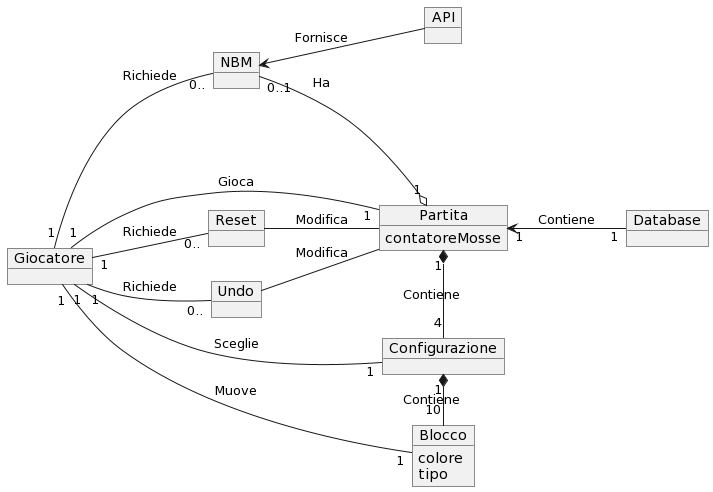
Above: resources/img/diagrams/DomainModel.png in bellins14/klotski_gruppo2 (PlantUML), before the change.
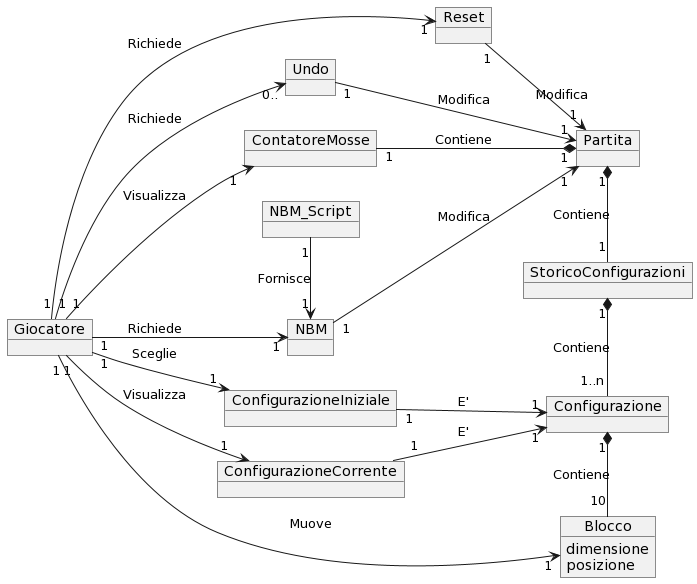
Later version of the same file.

What changed in the source:
```diff
@@ -2,30 +2,53 @@
 left to right direction
 object Giocatore
 object Configurazione
+
 object Blocco{
-  colore
-  tipo
+  dimensione
+  posizione
 }
-object Partita{
-  contatoreMosse
-}
-object Database
-object API
+
+object Partita
+object StoricoConfigurazioni
+object NBM_Script
 object NBM
 object Reset
 object Undo
+object ConfigurazioneIniziale
+object ConfigurazioneCorrente
+object ContatoreMosse
 
-Giocatore "1" -- "1"Partita : Gioca
-Giocatore "1" -- "1"Configurazione : Sceglie
-Giocatore "1" -- "1"Blocco : Muove
-Partita "1" *-down "4" Configurazione : Contiene
-Configurazione "1" *-down "10" Blocco : Contiene
-Database "1" -up-> "1" Partita : Contiene
-API -up-> NBM : Fornisce
-Partita "1" o-left "0..1" NBM : Ha
-Giocatore "1" -- "0.." Reset : Richiede
-Giocatore "1" -- "0.." Undo : Richiede
-Giocatore "1" -- "0.." NBM : Richiede
-Reset -- Partita : Modifica
-Undo -- Partita : Modifica
+Giocatore "1" --> "1" ConfigurazioneIniziale : Sceglie
+
+ConfigurazioneIniziale "1" --> "1" Configurazione : E'
+
+Giocatore "1" --> "1" ConfigurazioneCorrente : Visualizza
+
+ConfigurazioneCorrente "1" --> "1" Configurazione : E'
+
+Giocatore "1" --> "1" Blocco : Muove
+
+Configurazione "1" *-right- "10" Blocco : \nContiene\n
+
+StoricoConfigurazioni "1" *-right- "1..n" Configurazione : \nContiene\n
+
+StoricoConfigurazioni "1" -left-* "1" Partita : \nContiene\n
+
+NBM_Script "1" -right-> "1" NBM : \nFornisce\n
+
+Giocatore "1" --> "1" Reset : Richiede
+
+Giocatore "1" --> "0.." Undo : Richiede
+
+Giocatore "1" --> "1" NBM : Richiede
+
+NBM "1" -right-> "1" Partita : Modifica
+
+Giocatore "1" --> "1" ContatoreMosse : Visualizza
+
+ContatoreMosse "1" -down-* "1" Partita : Contiene
+
+Reset "1" -right-> "1" Partita : Modifica
+
+Undo "1" --> "1" Partita : Modifica
 @enduml
```
